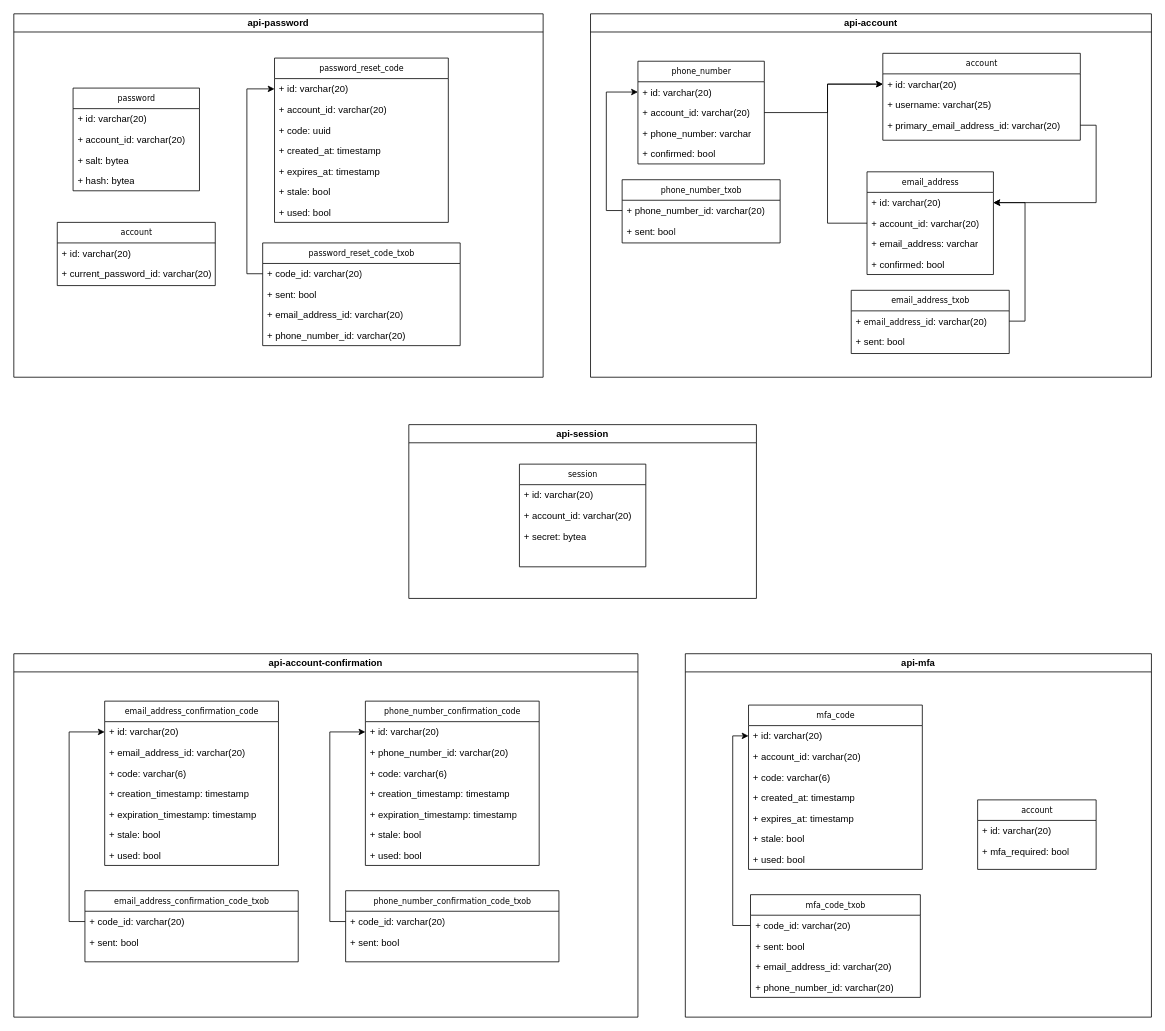
Earlier version of the draw.io diagram page "db-schema" (1 of 5) of architecture.drawio (AlpacaLabs/protorepo). Source tidied: cells renumbered, new cells numbered last; positions are measured from the earlier drawing's top-left corner, leaving out a move shared by most shapes. Both pictures are drawn from the tidied source at 79%, with x=0, y=0 at pixel (13, 13).
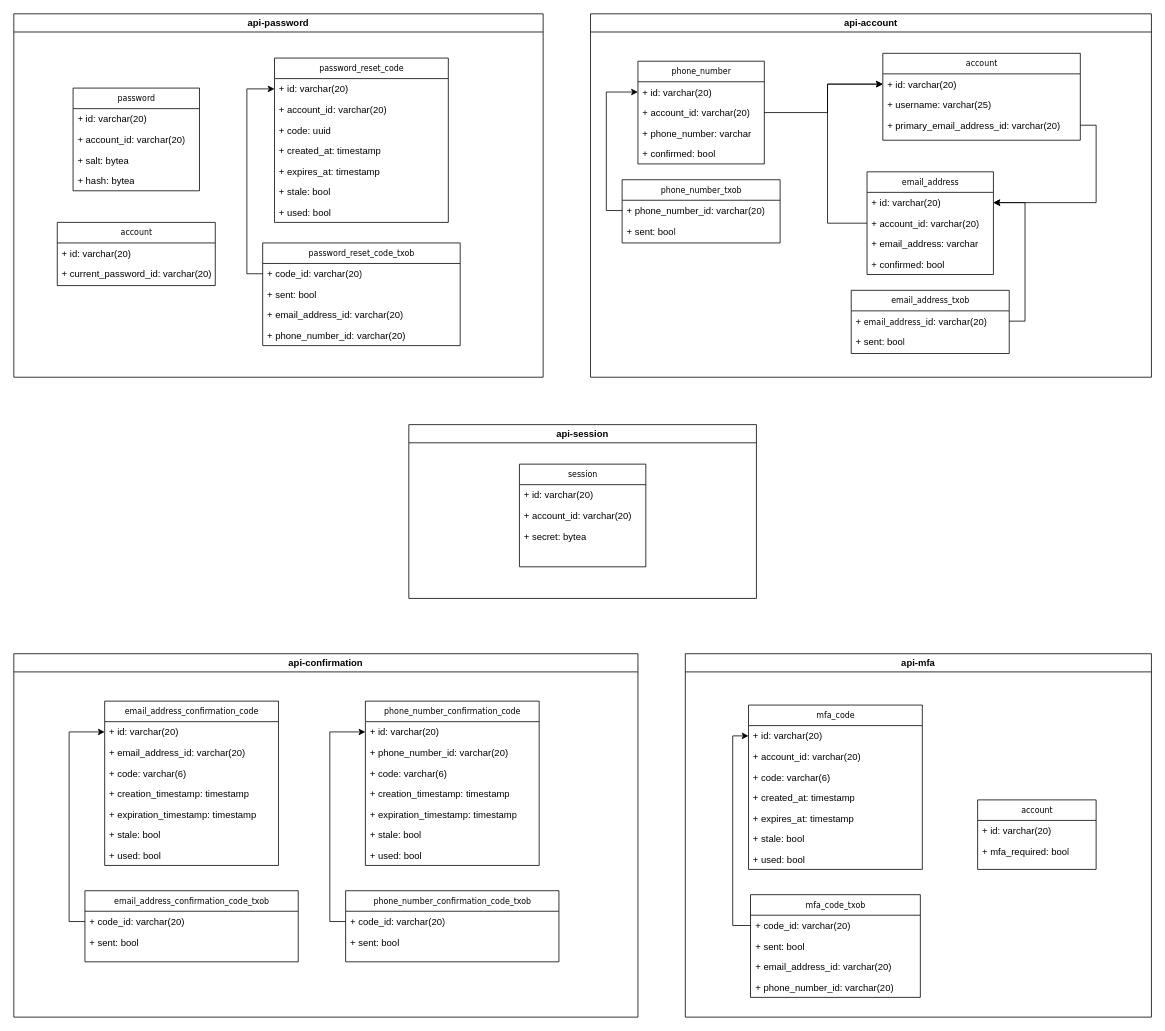
The same page after the edit.

What changed in the source:
```diff
@@
-    <mxCell id="2" value="api-account-confirmation" style="swimlane;" parent="1" vertex="1">
+    <mxCell id="2" value="api-confirmation" style="swimlane;" parent="1" vertex="1">
       <mxGeometry y="810" width="790" height="460" as="geometry" />
     </mxCell>
```
